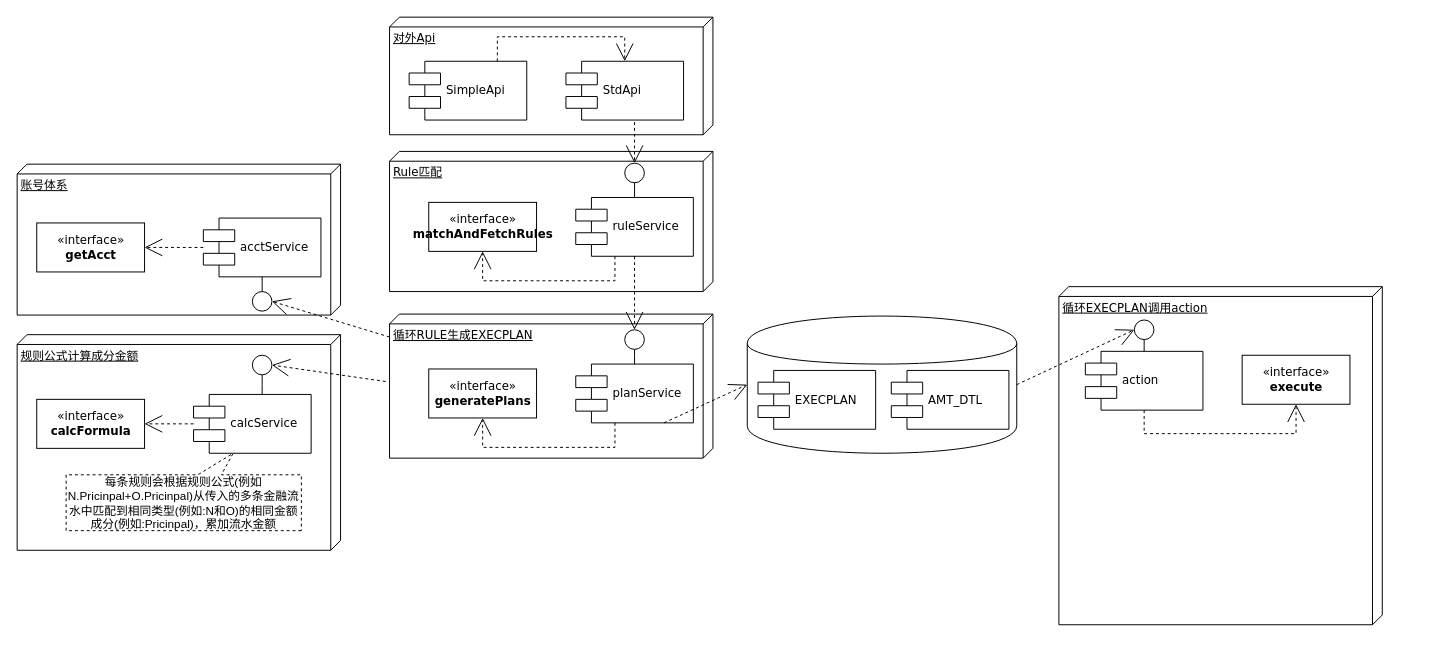
The draw.io diagram 清算引擎工程结构图.drawio in staconfree/design, before the edit. Source tidied: cells renumbered, new cells numbered last; positions are measured from the earlier drawing's top-left corner, leaving out a move shared by most shapes. Both pictures are drawn from the tidied source at 98%, with x=0, y=0 at pixel (17, 17). Pictures stored in the file or linked from it are replaced by grey dashed boxes.
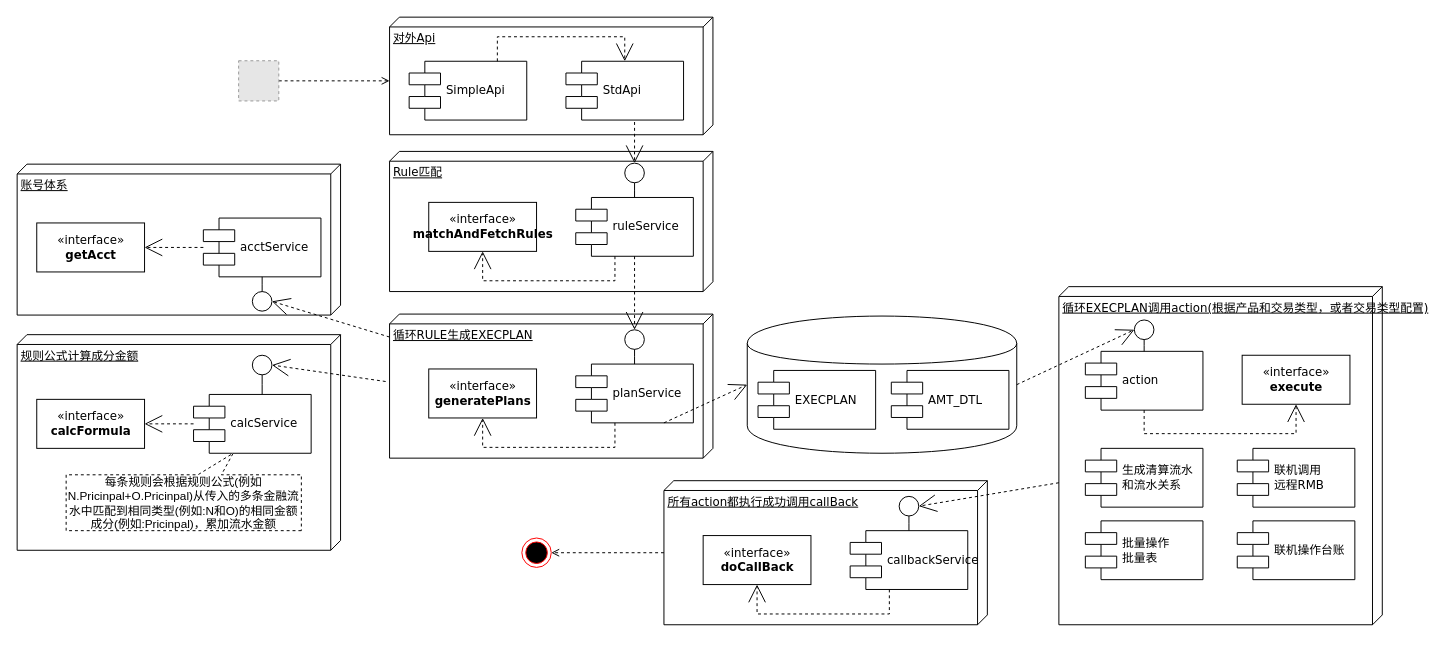
Above is the later version.

Commit message:
更新清算引擎工程结构图.drawio

Unchanged cells that the change refers to:
```xml
<mxCell id="4" value="对外Api" style="verticalAlign=top;align=left;spacingTop=8;spacingLeft=2;spacingRight=12;shape=cube;size=10;direction=south;fontStyle=4;html=1;rounded=0;shadow=0;comic=0;labelBackgroundColor=none;strokeColor=#000000;strokeWidth=1;fillColor=#ffffff;fontFamily=Verdana;fontSize=12;fontColor=#000000;" parent="1" vertex="1">
  <mxGeometry x="380" width="330" height="120" as="geometry" />
</mxCell>
```

The edit, as a diff of the source:
```diff
@@
-    <mxCell id="39" value="循环EXECPLAN调用action" style="verticalAlign=top;align=left;spacingTop=8;spacingLeft=2;spacingRight=12;shape=cube;size=10;direction=south;fontStyle=4;html=1;rounded=0;shadow=0;comic=0;labelBackgroundColor=none;strokeColor=#000000;strokeWidth=1;fillColor=#ffffff;fontFamily=Verdana;fontSize=12;fontColor=#000000;" parent="1" vertex="1">
+    <mxCell id="39" value="循环EXECPLAN调用action(根据产品和交易类型，或者交易类型配置)" style="verticalAlign=top;align=left;spacingTop=8;spacingLeft=2;spacingRight=12;shape=cube;size=10;direction=south;fontStyle=4;html=1;rounded=0;shadow=0;comic=0;labelBackgroundColor=none;strokeColor=#000000;strokeWidth=1;fillColor=#ffffff;fontFamily=Verdana;fontSize=12;fontColor=#000000;" parent="1" vertex="1">
       <mxGeometry x="1063" y="275" width="330" height="345" as="geometry" />
     </mxCell>
@@
+    <mxCell id="46" value="&lt;div&gt;生成清算流水&lt;/div&gt;&lt;div&gt;和流水关系&lt;/div&gt;" style="shape=component;align=left;spacingLeft=36;rounded=0;shadow=0;comic=0;labelBackgroundColor=none;strokeColor=#000000;strokeWidth=1;fillColor=#ffffff;fontFamily=Verdana;fontSize=12;fontColor=#000000;html=1;" parent="1" vertex="1">
+      <mxGeometry x="1090" y="440" width="120" height="60" as="geometry" />
+    </mxCell>
+    <mxCell id="47" value="&lt;div&gt;联机调用&lt;/div&gt;&lt;div&gt;远程RMB&lt;/div&gt;" style="shape=component;align=left;spacingLeft=36;rounded=0;shadow=0;comic=0;labelBackgroundColor=none;strokeColor=#000000;strokeWidth=1;fillColor=#ffffff;fontFamily=Verdana;fontSize=12;fontColor=#000000;html=1;" parent="1" vertex="1">
+      <mxGeometry x="1245" y="440" width="120" height="60" as="geometry" />
+    </mxCell>
+    <mxCell id="48" value="&lt;div&gt;批量操作&lt;/div&gt;&lt;div&gt;批量表&lt;/div&gt;" style="shape=component;align=left;spacingLeft=36;rounded=0;shadow=0;comic=0;labelBackgroundColor=none;strokeColor=#000000;strokeWidth=1;fillColor=#ffffff;fontFamily=Verdana;fontSize=12;fontColor=#000000;html=1;" parent="1" vertex="1">
+      <mxGeometry x="1090" y="514" width="120" height="60" as="geometry" />
+    </mxCell>
+    <mxCell id="49" value="&lt;div&gt;联机操作台账&lt;/div&gt;" style="shape=component;align=left;spacingLeft=36;rounded=0;shadow=0;comic=0;labelBackgroundColor=none;strokeColor=#000000;strokeWidth=1;fillColor=#ffffff;fontFamily=Verdana;fontSize=12;fontColor=#000000;html=1;" parent="1" vertex="1">
+      <mxGeometry x="1245" y="514" width="120" height="60" as="geometry" />
+    </mxCell>
+    <mxCell id="50" style="edgeStyle=orthogonalEdgeStyle;rounded=0;jettySize=auto;html=1;entryX=1;entryY=0.5;entryDx=0;entryDy=0;dashed=1;endArrow=open;endFill=0;" parent="1" edge="1" source="51" target="60">
+      <mxGeometry relative="1" as="geometry" />
+    </mxCell>
+    <mxCell id="51" value="&lt;div&gt;所有action都执行成功调用callBack&lt;/div&gt;" style="verticalAlign=top;align=left;spacingTop=8;spacingLeft=2;spacingRight=12;shape=cube;size=10;direction=south;fontStyle=4;html=1;rounded=0;shadow=0;comic=0;labelBackgroundColor=none;strokeColor=#000000;strokeWidth=1;fillColor=#ffffff;fontFamily=Verdana;fontSize=12;fontColor=#000000;" parent="1" vertex="1">
+      <mxGeometry x="660" y="473" width="330" height="147" as="geometry" />
+    </mxCell>
+    <mxCell id="52" value="«interface»&lt;br&gt;&lt;b&gt;doCallBack&lt;/b&gt;" style="html=1;rounded=0;shadow=0;comic=0;labelBackgroundColor=none;strokeColor=#000000;strokeWidth=1;fillColor=#ffffff;fontFamily=Verdana;fontSize=12;fontColor=#000000;align=center;" parent="1" vertex="1">
+      <mxGeometry x="700" y="529" width="110" height="50" as="geometry" />
+    </mxCell>
+    <mxCell id="53" value="callbackService" style="shape=component;align=left;spacingLeft=36;rounded=0;shadow=0;comic=0;labelBackgroundColor=none;strokeColor=#000000;strokeWidth=1;fillColor=#ffffff;fontFamily=Verdana;fontSize=12;fontColor=#000000;html=1;" parent="1" vertex="1">
+      <mxGeometry x="850" y="524" width="120" height="60" as="geometry" />
+    </mxCell>
+    <mxCell id="54" style="ellipse;whiteSpace=wrap;html=1;rounded=0;shadow=0;comic=0;labelBackgroundColor=none;strokeColor=#000000;strokeWidth=1;fillColor=#ffffff;fontFamily=Verdana;fontSize=12;fontColor=#000000;align=center;" parent="1" vertex="1">
+      <mxGeometry x="900" y="489" width="20" height="20" as="geometry" />
+    </mxCell>
+    <mxCell id="55" style="edgeStyle=elbowEdgeStyle;rounded=0;html=1;labelBackgroundColor=none;startArrow=none;startFill=0;startSize=8;endArrow=none;endFill=0;endSize=16;fontFamily=Verdana;fontSize=12;" parent="1" edge="1" source="54" target="53">
+      <mxGeometry relative="1" as="geometry" />
+    </mxCell>
+    <mxCell id="56" style="edgeStyle=orthogonalEdgeStyle;rounded=0;html=1;labelBackgroundColor=none;startArrow=none;startFill=0;startSize=8;endArrow=open;endFill=0;endSize=16;fontFamily=Verdana;fontSize=12;dashed=1;" parent="1" edge="1" source="53" target="52">
+      <mxGeometry relative="1" as="geometry">
+        <Array as="points">
+          <mxPoint x="890" y="609" />
+          <mxPoint x="755" y="609" />
+        </Array>
+      </mxGeometry>
+    </mxCell>
+    <mxCell id="57" style="edgeStyle=none;rounded=0;html=1;dashed=1;labelBackgroundColor=none;startArrow=none;startFill=0;startSize=8;endArrow=open;endFill=0;endSize=16;fontFamily=Verdana;fontSize=12;entryX=1;entryY=0.5;entryDx=0;entryDy=0;" parent="1" edge="1" source="39" target="54">
+      <mxGeometry relative="1" as="geometry" />
+    </mxCell>
+    <mxCell id="58" style="edgeStyle=orthogonalEdgeStyle;rounded=0;jettySize=auto;html=1;entryX=0;entryY=0;entryDx=65;entryDy=330;entryPerimeter=0;dashed=1;endArrow=open;endFill=0;" parent="1" edge="1" source="59" target="4">
+      <mxGeometry relative="1" as="geometry" />
+    </mxCell>
+    <mxCell id="59" style="fillColor=#E6E6E6;strokeColor=#999999;dashed=1;html=1;verticalAlign=top;verticalLabelPosition=bottom;labelBackgroundColor=#ffffff;" parent="1" vertex="1">
+      <mxGeometry x="226" y="44.5" width="41" height="41" as="geometry" />
+    </mxCell>
+    <mxCell id="60" style="ellipse;html=1;shape=endState;fillColor=#000000;strokeColor=#ff0000;" parent="1" vertex="1">
+      <mxGeometry x="515" y="531.5" width="30" height="30" as="geometry" />
+    </mxCell>
```
